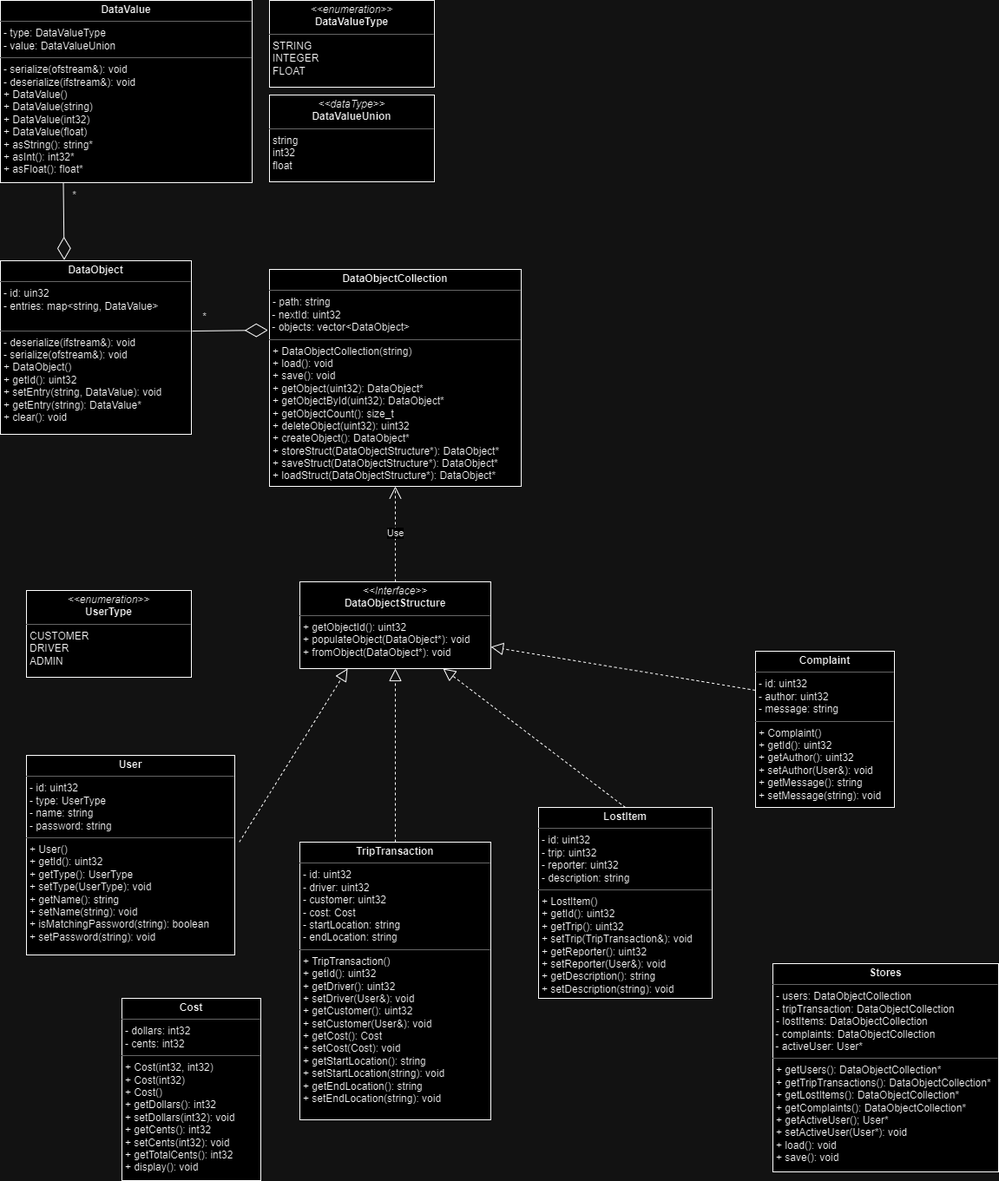
Before: diagrams/UML.drawio.png, a diagram exported from draw.io (ShoailRafiq/CS103A2). Source tidied: cells renumbered, new cells last; positions are measured from the earlier drawing's top-left corner, leaving out a move shared by most shapes.
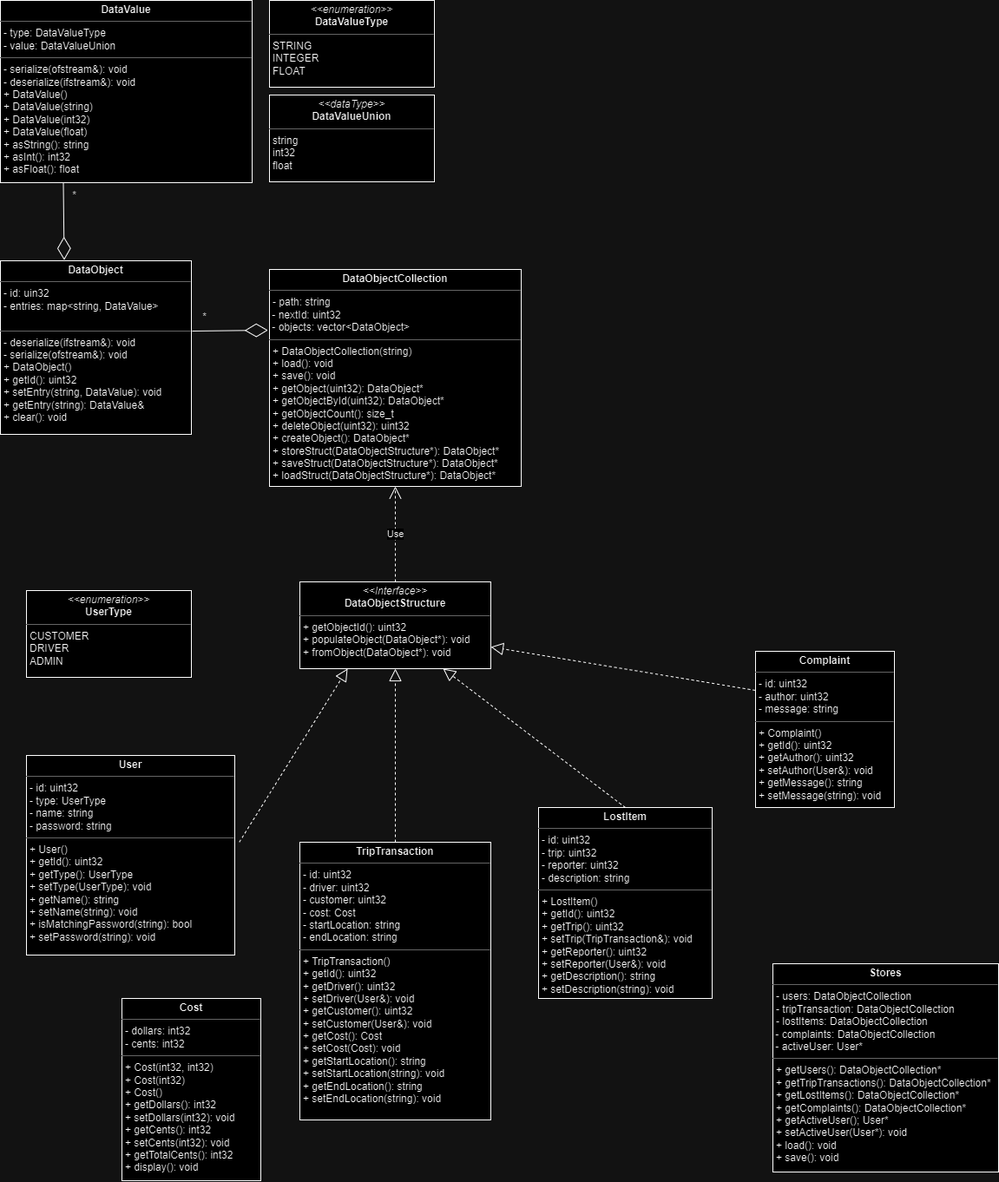
Above is the later version.

Commit message:
Updated diagrams, README, and project structure doc

What changed in the source:
```diff
@@ -8,10 +8,10 @@
     <mxCell id="3" value="&lt;p style=&quot;margin:0px;margin-top:4px;text-align:center;&quot;&gt;&lt;i&gt;&amp;lt;&amp;lt;Interface&amp;gt;&amp;gt;&lt;/i&gt;&lt;br&gt;&lt;b&gt;DataObjectStructure&lt;/b&gt;&lt;/p&gt;&lt;hr size=&quot;1&quot;&gt;&lt;p style=&quot;margin:0px;margin-left:4px;&quot;&gt;&lt;/p&gt;&lt;p style=&quot;margin:0px;margin-left:4px;&quot;&gt;+ getObjectId(): uint32&lt;br&gt;+ populateObject(DataObject*): void&lt;/p&gt;&lt;p style=&quot;margin:0px;margin-left:4px;&quot;&gt;+ fromObject(DataObject*): void&lt;br&gt;&lt;/p&gt;" style="verticalAlign=top;align=left;overflow=fill;fontSize=12;fontFamily=Helvetica;html=1;whiteSpace=wrap;" parent="1" vertex="1">
       <mxGeometry x="345" y="670" width="220" height="100" as="geometry" />
     </mxCell>
-    <mxCell id="4" value="&lt;p style=&quot;margin:0px;margin-top:4px;text-align:center;&quot;&gt;&lt;b&gt;DataObject&lt;/b&gt;&lt;/p&gt;&lt;hr size=&quot;1&quot;&gt;&lt;p style=&quot;margin:0px;margin-left:4px;&quot;&gt;- id: uin32&lt;/p&gt;&lt;p style=&quot;margin:0px;margin-left:4px;&quot;&gt;- entries: map&amp;lt;string, DataValue&amp;gt;&lt;/p&gt;&lt;br&gt;&lt;hr size=&quot;1&quot;&gt;&lt;p style=&quot;margin:0px;margin-left:4px;&quot;&gt;- deserialize(ifstream&amp;amp;): void&lt;/p&gt;&lt;p style=&quot;margin:0px;margin-left:4px;&quot;&gt;- serialize(ofstream&amp;amp;): void&lt;/p&gt;&lt;p style=&quot;margin:0px;margin-left:4px;&quot;&gt;+ DataObject()&lt;/p&gt;&lt;p style=&quot;margin:0px;margin-left:4px;&quot;&gt;+ getId(): uint32&lt;/p&gt;&lt;p style=&quot;margin:0px;margin-left:4px;&quot;&gt;+ setEntry(string, DataValue): void&lt;/p&gt;&lt;p style=&quot;margin:0px;margin-left:4px;&quot;&gt;+ getEntry(string): DataValue*&lt;/p&gt;&lt;p style=&quot;margin:0px;margin-left:4px;&quot;&gt;+ clear(): void&lt;/p&gt;" style="verticalAlign=top;align=left;overflow=fill;fontSize=12;fontFamily=Helvetica;html=1;whiteSpace=wrap;" parent="1" vertex="1">
+    <mxCell id="4" value="&lt;p style=&quot;margin:0px;margin-top:4px;text-align:center;&quot;&gt;&lt;b&gt;DataObject&lt;/b&gt;&lt;/p&gt;&lt;hr size=&quot;1&quot;&gt;&lt;p style=&quot;margin:0px;margin-left:4px;&quot;&gt;- id: uin32&lt;/p&gt;&lt;p style=&quot;margin:0px;margin-left:4px;&quot;&gt;- entries: map&amp;lt;string, DataValue&amp;gt;&lt;/p&gt;&lt;br&gt;&lt;hr size=&quot;1&quot;&gt;&lt;p style=&quot;margin:0px;margin-left:4px;&quot;&gt;- deserialize(ifstream&amp;amp;): void&lt;/p&gt;&lt;p style=&quot;margin:0px;margin-left:4px;&quot;&gt;- serialize(ofstream&amp;amp;): void&lt;/p&gt;&lt;p style=&quot;margin:0px;margin-left:4px;&quot;&gt;+ DataObject()&lt;/p&gt;&lt;p style=&quot;margin:0px;margin-left:4px;&quot;&gt;+ getId(): uint32&lt;/p&gt;&lt;p style=&quot;margin:0px;margin-left:4px;&quot;&gt;+ setEntry(string, DataValue): void&lt;/p&gt;&lt;p style=&quot;margin:0px;margin-left:4px;&quot;&gt;+ getEntry(string): DataValue&amp;amp;&lt;/p&gt;&lt;p style=&quot;margin:0px;margin-left:4px;&quot;&gt;+ clear(): void&lt;/p&gt;" style="verticalAlign=top;align=left;overflow=fill;fontSize=12;fontFamily=Helvetica;html=1;whiteSpace=wrap;" parent="1" vertex="1">
       <mxGeometry y="300" width="220" height="200" as="geometry" />
     </mxCell>
-    <mxCell id="5" value="&lt;p style=&quot;margin:0px;margin-top:4px;text-align:center;&quot;&gt;&lt;b&gt;DataValue&lt;/b&gt;&lt;/p&gt;&lt;hr size=&quot;1&quot;&gt;&lt;p style=&quot;margin:0px;margin-left:4px;&quot;&gt;- type: DataValueType&lt;/p&gt;&lt;p style=&quot;margin:0px;margin-left:4px;&quot;&gt;- value: DataValueUnion&lt;/p&gt;&lt;hr size=&quot;1&quot;&gt;&lt;p style=&quot;margin:0px;margin-left:4px;&quot;&gt;- serialize(ofstream&amp;amp;): void&lt;/p&gt;&lt;p style=&quot;margin:0px;margin-left:4px;&quot;&gt;- deserialize(ifstream&amp;amp;): void&lt;/p&gt;&lt;p style=&quot;margin:0px;margin-left:4px;&quot;&gt;+ DataValue()&lt;/p&gt;&lt;p style=&quot;margin:0px;margin-left:4px;&quot;&gt;&lt;span style=&quot;background-color: initial;&quot;&gt;+ DataValue(string)&lt;/span&gt;&lt;br&gt;&lt;/p&gt;&lt;p style=&quot;margin:0px;margin-left:4px;&quot;&gt;+ DataValue(int32)&lt;/p&gt;&lt;p style=&quot;margin:0px;margin-left:4px;&quot;&gt;+ DataValue(float)&lt;/p&gt;&lt;p style=&quot;margin:0px;margin-left:4px;&quot;&gt;+ asString(): string*&lt;/p&gt;&lt;p style=&quot;margin:0px;margin-left:4px;&quot;&gt;+ asInt(): int32*&lt;/p&gt;&lt;p style=&quot;margin:0px;margin-left:4px;&quot;&gt;+ asFloat(): float*&lt;/p&gt;" style="verticalAlign=top;align=left;overflow=fill;fontSize=12;fontFamily=Helvetica;html=1;whiteSpace=wrap;" parent="1" vertex="1">
+    <mxCell id="5" value="&lt;p style=&quot;margin:0px;margin-top:4px;text-align:center;&quot;&gt;&lt;b&gt;DataValue&lt;/b&gt;&lt;/p&gt;&lt;hr size=&quot;1&quot;&gt;&lt;p style=&quot;margin:0px;margin-left:4px;&quot;&gt;- type: DataValueType&lt;/p&gt;&lt;p style=&quot;margin:0px;margin-left:4px;&quot;&gt;- value: DataValueUnion&lt;/p&gt;&lt;hr size=&quot;1&quot;&gt;&lt;p style=&quot;margin:0px;margin-left:4px;&quot;&gt;- serialize(ofstream&amp;amp;): void&lt;/p&gt;&lt;p style=&quot;margin:0px;margin-left:4px;&quot;&gt;- deserialize(ifstream&amp;amp;): void&lt;/p&gt;&lt;p style=&quot;margin:0px;margin-left:4px;&quot;&gt;+ DataValue()&lt;/p&gt;&lt;p style=&quot;margin:0px;margin-left:4px;&quot;&gt;&lt;span style=&quot;background-color: initial;&quot;&gt;+ DataValue(string)&lt;/span&gt;&lt;br&gt;&lt;/p&gt;&lt;p style=&quot;margin:0px;margin-left:4px;&quot;&gt;+ DataValue(int32)&lt;/p&gt;&lt;p style=&quot;margin:0px;margin-left:4px;&quot;&gt;+ DataValue(float)&lt;/p&gt;&lt;p style=&quot;margin:0px;margin-left:4px;&quot;&gt;+ asString(): string&lt;/p&gt;&lt;p style=&quot;margin:0px;margin-left:4px;&quot;&gt;+ asInt(): int32&lt;/p&gt;&lt;p style=&quot;margin:0px;margin-left:4px;&quot;&gt;+ asFloat(): float&lt;/p&gt;" style="verticalAlign=top;align=left;overflow=fill;fontSize=12;fontFamily=Helvetica;html=1;whiteSpace=wrap;" parent="1" vertex="1">
       <mxGeometry width="290" height="210" as="geometry" />
     </mxCell>
     <mxCell id="6" style="endArrow=diamondThin;endFill=0;endSize=24;html=1;rounded=0;exitX=0.25;exitY=1;exitDx=0;exitDy=0;entryX=0.334;entryY=-0.004;entryDx=0;entryDy=0;entryPerimeter=0;" parent="1" edge="1" source="5" target="4">
@@ -35,7 +35,7 @@
     <mxCell id="12" value="&lt;p style=&quot;margin:0px;margin-top:4px;text-align:center;&quot;&gt;&lt;i&gt;&amp;lt;&amp;lt;dataType&amp;gt;&amp;gt;&lt;/i&gt;&lt;br&gt;&lt;b&gt;DataValueUnion&lt;/b&gt;&lt;/p&gt;&lt;hr size=&quot;1&quot;&gt;&lt;p style=&quot;margin:0px;margin-left:4px;&quot;&gt;string&lt;/p&gt;&lt;p style=&quot;margin:0px;margin-left:4px;&quot;&gt;int32&lt;/p&gt;&lt;p style=&quot;margin:0px;margin-left:4px;&quot;&gt;float&lt;/p&gt;" style="verticalAlign=top;align=left;overflow=fill;fontSize=12;fontFamily=Helvetica;html=1;whiteSpace=wrap;" parent="1" vertex="1">
       <mxGeometry x="310" y="109" width="190" height="100" as="geometry" />
     </mxCell>
-    <mxCell id="13" value="&lt;p style=&quot;margin:0px;margin-top:4px;text-align:center;&quot;&gt;&lt;b&gt;User&lt;/b&gt;&lt;/p&gt;&lt;hr size=&quot;1&quot;&gt;&lt;p style=&quot;margin:0px;margin-left:4px;&quot;&gt;- id: uint32&lt;/p&gt;&lt;p style=&quot;margin:0px;margin-left:4px;&quot;&gt;- type: UserType&lt;/p&gt;&lt;p style=&quot;margin:0px;margin-left:4px;&quot;&gt;- name: string&lt;/p&gt;&lt;p style=&quot;margin:0px;margin-left:4px;&quot;&gt;- password: string&lt;/p&gt;&lt;hr size=&quot;1&quot;&gt;&lt;p style=&quot;margin:0px;margin-left:4px;&quot;&gt;+ User()&lt;/p&gt;&lt;p style=&quot;margin:0px;margin-left:4px;&quot;&gt;+ getId(): uint32&lt;/p&gt;&lt;p style=&quot;margin:0px;margin-left:4px;&quot;&gt;+ getType(): UserType&lt;/p&gt;&lt;p style=&quot;margin:0px;margin-left:4px;&quot;&gt;+ setType(UserType): void&lt;/p&gt;&lt;p style=&quot;margin:0px;margin-left:4px;&quot;&gt;+ getName(): string&lt;/p&gt;&lt;p style=&quot;margin:0px;margin-left:4px;&quot;&gt;+ setName(string): void&lt;/p&gt;&lt;p style=&quot;margin:0px;margin-left:4px;&quot;&gt;+ isMatchingPassword(string): boolean&lt;/p&gt;&lt;p style=&quot;margin:0px;margin-left:4px;&quot;&gt;+ setPassword(string): void&lt;/p&gt;" style="verticalAlign=top;align=left;overflow=fill;fontSize=12;fontFamily=Helvetica;html=1;whiteSpace=wrap;" parent="1" vertex="1">
+    <mxCell id="13" value="&lt;p style=&quot;margin:0px;margin-top:4px;text-align:center;&quot;&gt;&lt;b&gt;User&lt;/b&gt;&lt;/p&gt;&lt;hr size=&quot;1&quot;&gt;&lt;p style=&quot;margin:0px;margin-left:4px;&quot;&gt;- id: uint32&lt;/p&gt;&lt;p style=&quot;margin:0px;margin-left:4px;&quot;&gt;- type: UserType&lt;/p&gt;&lt;p style=&quot;margin:0px;margin-left:4px;&quot;&gt;- name: string&lt;/p&gt;&lt;p style=&quot;margin:0px;margin-left:4px;&quot;&gt;- password: string&lt;/p&gt;&lt;hr size=&quot;1&quot;&gt;&lt;p style=&quot;margin:0px;margin-left:4px;&quot;&gt;+ User()&lt;/p&gt;&lt;p style=&quot;margin:0px;margin-left:4px;&quot;&gt;+ getId(): uint32&lt;/p&gt;&lt;p style=&quot;margin:0px;margin-left:4px;&quot;&gt;+ getType(): UserType&lt;/p&gt;&lt;p style=&quot;margin:0px;margin-left:4px;&quot;&gt;+ setType(UserType): void&lt;/p&gt;&lt;p style=&quot;margin:0px;margin-left:4px;&quot;&gt;+ getName(): string&lt;/p&gt;&lt;p style=&quot;margin:0px;margin-left:4px;&quot;&gt;+ setName(string): void&lt;/p&gt;&lt;p style=&quot;margin:0px;margin-left:4px;&quot;&gt;+ isMatchingPassword(string): bool&lt;/p&gt;&lt;p style=&quot;margin:0px;margin-left:4px;&quot;&gt;+ setPassword(string): void&lt;/p&gt;" style="verticalAlign=top;align=left;overflow=fill;fontSize=12;fontFamily=Helvetica;html=1;whiteSpace=wrap;" parent="1" vertex="1">
       <mxGeometry x="30" y="870" width="240" height="230" as="geometry" />
     </mxCell>
     <mxCell id="14" value="&lt;p style=&quot;margin:0px;margin-top:4px;text-align:center;&quot;&gt;&lt;i&gt;&amp;lt;&amp;lt;enumeration&amp;gt;&amp;gt;&lt;/i&gt;&lt;br&gt;&lt;b&gt;UserType&lt;/b&gt;&lt;/p&gt;&lt;hr size=&quot;1&quot;&gt;&lt;p style=&quot;margin:0px;margin-left:4px;&quot;&gt;CUSTOMER&lt;/p&gt;&lt;p style=&quot;margin:0px;margin-left:4px;&quot;&gt;DRIVER&lt;/p&gt;&lt;p style=&quot;margin:0px;margin-left:4px;&quot;&gt;ADMIN&lt;/p&gt;" style="verticalAlign=top;align=left;overflow=fill;fontSize=12;fontFamily=Helvetica;html=1;whiteSpace=wrap;" parent="1" vertex="1">
```
